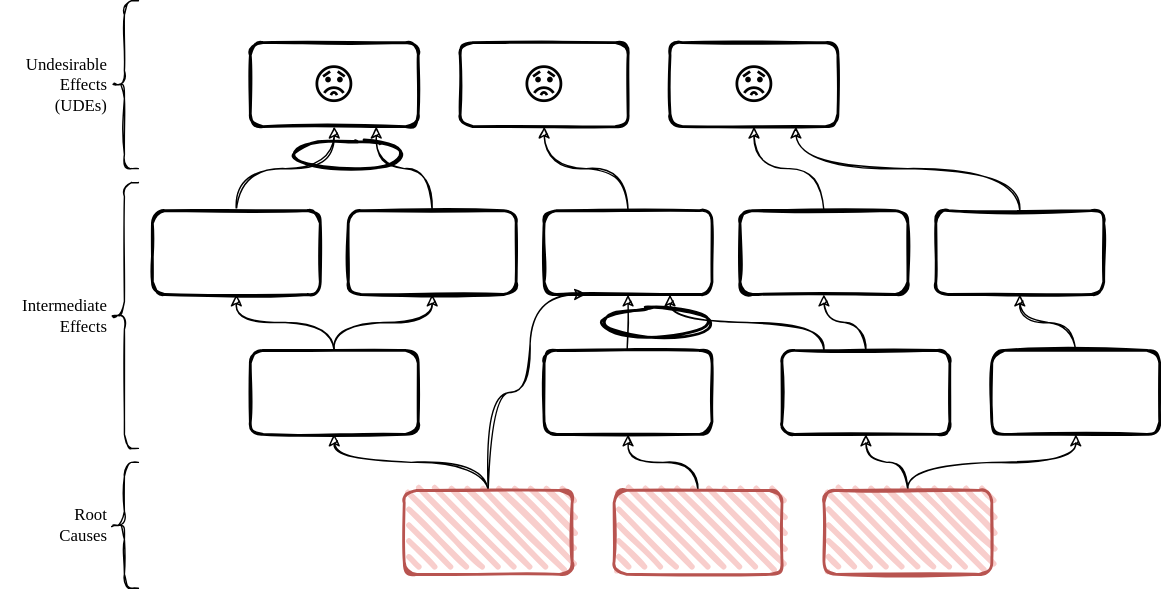
Before: src/slides/drawings/crt.structure.drawio.svg, a diagram exported from draw.io (thomykay/devspace-systemsthinking). Source tidied: cells renumbered, new cells last; positions are measured from the earlier drawing's top-left corner, leaving out a move shared by most shapes. The source it was exported from:
```xml
<mxGraphModel>
  <root>
    <mxCell id="0" />
    <mxCell id="1" parent="0" />
    <mxCell id="2" value="&lt;font style=&quot;font-size: 30px&quot;&gt;😟&lt;/font&gt;" style="rounded=1;whiteSpace=wrap;html=1;strokeWidth=2;fillWeight=4;hachureGap=8;hachureAngle=45;sketch=1;" parent="1" vertex="1">
      <mxGeometry x="100" y="30" width="120" height="60" as="geometry" />
    </mxCell>
    <mxCell id="3" value="&lt;font style=&quot;font-size: 30px&quot;&gt;😟&lt;/font&gt;" style="rounded=1;whiteSpace=wrap;html=1;strokeWidth=2;fillWeight=4;hachureGap=8;hachureAngle=45;sketch=1;" parent="1" vertex="1">
      <mxGeometry x="250" y="30" width="120" height="60" as="geometry" />
    </mxCell>
    <mxCell id="4" value="&lt;font style=&quot;font-size: 30px&quot;&gt;😟&lt;/font&gt;" style="rounded=1;whiteSpace=wrap;html=1;strokeWidth=2;fillWeight=4;hachureGap=8;hachureAngle=45;sketch=1;" parent="1" vertex="1">
      <mxGeometry x="400" y="30" width="120" height="60" as="geometry" />
    </mxCell>
    <mxCell id="5" style="edgeStyle=orthogonalEdgeStyle;rounded=0;jettySize=auto;html=1;entryX=0.5;entryY=1;entryDx=0;entryDy=0;sketch=1;curved=1;" parent="1" edge="1" source="6" target="2">
      <mxGeometry relative="1" as="geometry" />
    </mxCell>
    <mxCell id="6" style="rounded=1;whiteSpace=wrap;html=1;strokeWidth=2;fillWeight=4;hachureGap=8;hachureAngle=45;sketch=1;" parent="1" vertex="1">
      <mxGeometry x="30" y="150" width="120" height="60" as="geometry" />
    </mxCell>
    <mxCell id="7" style="edgeStyle=orthogonalEdgeStyle;curved=1;rounded=0;sketch=1;jettySize=auto;html=1;entryX=0.75;entryY=1;entryDx=0;entryDy=0;" parent="1" edge="1" source="8" target="2">
      <mxGeometry relative="1" as="geometry" />
    </mxCell>
    <mxCell id="8" style="rounded=1;whiteSpace=wrap;html=1;strokeWidth=2;fillWeight=4;hachureGap=8;hachureAngle=45;sketch=1;" parent="1" vertex="1">
      <mxGeometry x="170" y="150" width="120" height="60" as="geometry" />
    </mxCell>
    <mxCell id="9" style="edgeStyle=orthogonalEdgeStyle;curved=1;rounded=0;sketch=1;jettySize=auto;html=1;entryX=0.5;entryY=1;entryDx=0;entryDy=0;" parent="1" edge="1" source="10" target="3">
      <mxGeometry relative="1" as="geometry" />
    </mxCell>
    <mxCell id="10" style="rounded=1;whiteSpace=wrap;html=1;strokeWidth=2;fillWeight=4;hachureGap=8;hachureAngle=45;sketch=1;" parent="1" vertex="1">
      <mxGeometry x="310" y="150" width="120" height="60" as="geometry" />
    </mxCell>
    <mxCell id="11" style="edgeStyle=orthogonalEdgeStyle;curved=1;rounded=0;sketch=1;jettySize=auto;html=1;entryX=0.5;entryY=1;entryDx=0;entryDy=0;" parent="1" edge="1" source="12" target="4">
      <mxGeometry relative="1" as="geometry" />
    </mxCell>
    <mxCell id="12" style="rounded=1;whiteSpace=wrap;html=1;strokeWidth=2;fillWeight=4;hachureGap=8;hachureAngle=45;sketch=1;" parent="1" vertex="1">
      <mxGeometry x="450" y="150" width="120" height="60" as="geometry" />
    </mxCell>
    <mxCell id="13" style="edgeStyle=orthogonalEdgeStyle;curved=1;rounded=0;sketch=1;jettySize=auto;html=1;entryX=0.75;entryY=1;entryDx=0;entryDy=0;exitX=0.5;exitY=0;exitDx=0;exitDy=0;" parent="1" edge="1" source="14" target="4">
      <mxGeometry relative="1" as="geometry" />
    </mxCell>
    <mxCell id="14" style="rounded=1;whiteSpace=wrap;html=1;strokeWidth=2;fillWeight=4;hachureGap=8;hachureAngle=45;sketch=1;" parent="1" vertex="1">
      <mxGeometry x="590" y="150" width="120" height="60" as="geometry" />
    </mxCell>
    <mxCell id="15" style="edgeStyle=orthogonalEdgeStyle;curved=1;rounded=0;sketch=1;jettySize=auto;html=1;entryX=0.5;entryY=1;entryDx=0;entryDy=0;" parent="1" edge="1" source="17" target="6">
      <mxGeometry relative="1" as="geometry" />
    </mxCell>
    <mxCell id="16" style="edgeStyle=orthogonalEdgeStyle;curved=1;rounded=0;sketch=1;jettySize=auto;html=1;entryX=0.5;entryY=1;entryDx=0;entryDy=0;" parent="1" edge="1" source="17" target="8">
      <mxGeometry relative="1" as="geometry" />
    </mxCell>
    <mxCell id="17" style="rounded=1;whiteSpace=wrap;html=1;strokeWidth=2;fillWeight=4;hachureGap=8;hachureAngle=45;sketch=1;" parent="1" vertex="1">
      <mxGeometry x="100" y="250" width="120" height="60" as="geometry" />
    </mxCell>
    <mxCell id="18" style="edgeStyle=orthogonalEdgeStyle;curved=1;rounded=0;sketch=1;jettySize=auto;html=1;entryX=0.5;entryY=1;entryDx=0;entryDy=0;" parent="1" edge="1" source="19" target="10">
      <mxGeometry relative="1" as="geometry" />
    </mxCell>
    <mxCell id="19" style="rounded=1;whiteSpace=wrap;html=1;strokeWidth=2;fillWeight=4;hachureGap=8;hachureAngle=45;sketch=1;" parent="1" vertex="1">
      <mxGeometry x="310" y="250" width="120" height="60" as="geometry" />
    </mxCell>
    <mxCell id="20" style="edgeStyle=orthogonalEdgeStyle;curved=1;rounded=0;sketch=1;jettySize=auto;html=1;entryX=0.5;entryY=1;entryDx=0;entryDy=0;" parent="1" edge="1" source="22" target="12">
      <mxGeometry relative="1" as="geometry" />
    </mxCell>
    <mxCell id="21" style="edgeStyle=orthogonalEdgeStyle;curved=1;rounded=0;sketch=1;jettySize=auto;html=1;entryX=0.75;entryY=1;entryDx=0;entryDy=0;exitX=0.25;exitY=0;exitDx=0;exitDy=0;" parent="1" edge="1" source="22" target="10">
      <mxGeometry relative="1" as="geometry" />
    </mxCell>
    <mxCell id="22" style="rounded=1;whiteSpace=wrap;html=1;strokeWidth=2;fillWeight=4;hachureGap=8;hachureAngle=45;sketch=1;" parent="1" vertex="1">
      <mxGeometry x="480" y="250" width="120" height="60" as="geometry" />
    </mxCell>
    <mxCell id="23" style="edgeStyle=orthogonalEdgeStyle;curved=1;rounded=0;sketch=1;jettySize=auto;html=1;entryX=0.5;entryY=1;entryDx=0;entryDy=0;" parent="1" edge="1" source="24" target="14">
      <mxGeometry relative="1" as="geometry" />
    </mxCell>
    <mxCell id="24" style="rounded=1;whiteSpace=wrap;html=1;strokeWidth=2;fillWeight=4;hachureGap=8;hachureAngle=45;sketch=1;" parent="1" vertex="1">
      <mxGeometry x="630" y="250" width="120" height="60" as="geometry" />
    </mxCell>
    <mxCell id="25" style="edgeStyle=orthogonalEdgeStyle;curved=1;rounded=0;sketch=1;jettySize=auto;html=1;entryX=0.5;entryY=1;entryDx=0;entryDy=0;" parent="1" edge="1" source="27" target="17">
      <mxGeometry relative="1" as="geometry" />
    </mxCell>
    <mxCell id="26" style="edgeStyle=orthogonalEdgeStyle;curved=1;rounded=0;sketch=1;jettySize=auto;html=1;entryX=0.25;entryY=1;entryDx=0;entryDy=0;" parent="1" edge="1" source="27" target="10">
      <mxGeometry relative="1" as="geometry">
        <Array as="points">
          <mxPoint x="270" y="280" />
          <mxPoint x="300" y="280" />
          <mxPoint x="300" y="210" />
        </Array>
      </mxGeometry>
    </mxCell>
    <mxCell id="27" style="rounded=1;whiteSpace=wrap;html=1;strokeWidth=2;fillWeight=4;hachureGap=8;hachureAngle=45;sketch=1;fillColor=#f8cecc;strokeColor=#b85450;" parent="1" vertex="1">
      <mxGeometry x="210" y="350" width="120" height="60" as="geometry" />
    </mxCell>
    <mxCell id="28" style="edgeStyle=orthogonalEdgeStyle;curved=1;rounded=0;sketch=1;jettySize=auto;html=1;" parent="1" edge="1" source="29" target="19">
      <mxGeometry relative="1" as="geometry" />
    </mxCell>
    <mxCell id="29" style="rounded=1;whiteSpace=wrap;html=1;strokeWidth=2;fillWeight=4;hachureGap=8;hachureAngle=45;sketch=1;fillColor=#f8cecc;strokeColor=#b85450;" parent="1" vertex="1">
      <mxGeometry x="360" y="350" width="120" height="60" as="geometry" />
    </mxCell>
    <mxCell id="30" style="edgeStyle=orthogonalEdgeStyle;curved=1;rounded=0;sketch=1;jettySize=auto;html=1;" parent="1" edge="1" source="32" target="22">
      <mxGeometry relative="1" as="geometry" />
    </mxCell>
    <mxCell id="31" style="edgeStyle=orthogonalEdgeStyle;curved=1;rounded=0;sketch=1;jettySize=auto;html=1;" parent="1" edge="1" source="32" target="24">
      <mxGeometry relative="1" as="geometry" />
    </mxCell>
    <mxCell id="32" style="rounded=1;whiteSpace=wrap;html=1;strokeWidth=2;fillWeight=4;hachureGap=8;hachureAngle=45;sketch=1;fillColor=#f8cecc;strokeColor=#b85450;" parent="1" vertex="1">
      <mxGeometry x="510" y="350" width="120" height="60" as="geometry" />
    </mxCell>
    <mxCell id="33" style="ellipse;whiteSpace=wrap;html=1;strokeWidth=2;fillWeight=2;hachureGap=8;fillStyle=dots;sketch=1;fillColor=none;" parent="1" vertex="1">
      <mxGeometry x="130" y="100" width="80" height="20" as="geometry" />
    </mxCell>
    <mxCell id="34" style="ellipse;whiteSpace=wrap;html=1;strokeWidth=2;fillWeight=2;hachureGap=8;fillStyle=dots;sketch=1;fillColor=none;" parent="1" vertex="1">
      <mxGeometry x="350" y="220" width="80" height="20" as="geometry" />
    </mxCell>
    <mxCell id="35" value="Undesirable Effects (UDEs)" style="shape=curlyBracket;whiteSpace=wrap;html=1;rounded=1;fillColor=none;sketch=1;labelPosition=left;verticalLabelPosition=middle;align=right;verticalAlign=middle;fontFamily=Comic Sans MS;" parent="1" vertex="1">
      <mxGeometry width="20" height="120" as="geometry" />
    </mxCell>
    <mxCell id="36" value="Intermediate Effects" style="shape=curlyBracket;whiteSpace=wrap;html=1;rounded=1;fillColor=none;sketch=1;labelPosition=left;verticalLabelPosition=middle;align=right;verticalAlign=middle;fontFamily=Comic Sans MS;" parent="1" vertex="1">
      <mxGeometry y="130" width="20" height="190" as="geometry" />
    </mxCell>
    <mxCell id="37" value="Root Causes" style="shape=curlyBracket;whiteSpace=wrap;html=1;rounded=1;fillColor=none;sketch=1;labelPosition=left;verticalLabelPosition=middle;align=right;verticalAlign=middle;fontFamily=Comic Sans MS;" parent="1" vertex="1">
      <mxGeometry y="330" width="20" height="90" as="geometry" />
    </mxCell>
  </root>
</mxGraphModel>
```
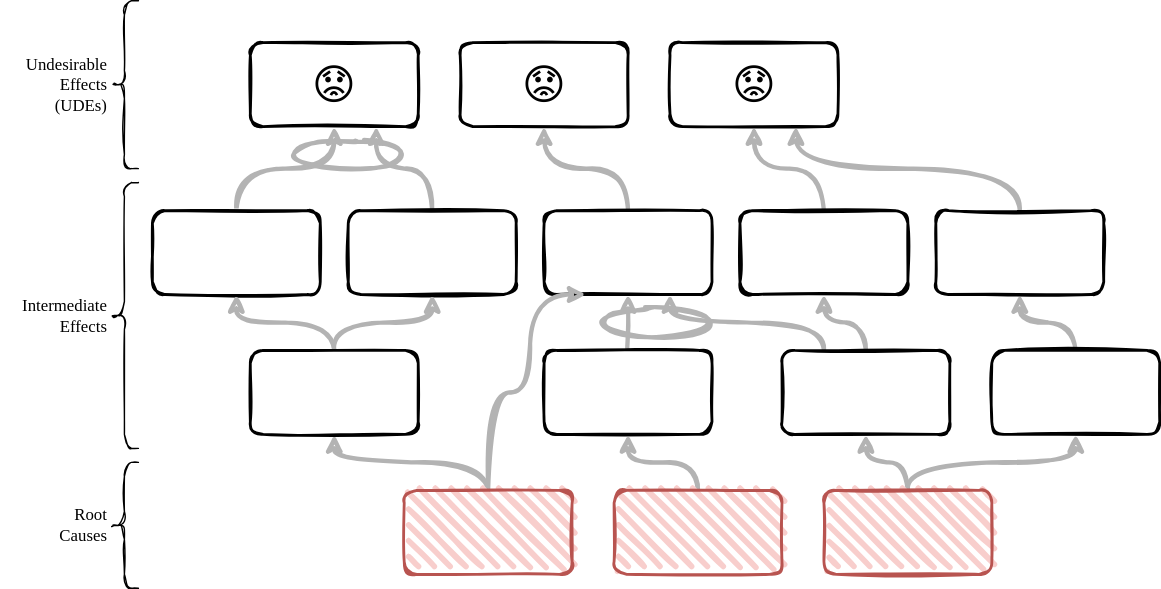
Above is the later version.

The edit, as a diff of the source:
```diff
@@ -11,70 +11,70 @@
     <mxCell id="4" value="&lt;font style=&quot;font-size: 30px&quot;&gt;😟&lt;/font&gt;" style="rounded=1;whiteSpace=wrap;html=1;strokeWidth=2;fillWeight=4;hachureGap=8;hachureAngle=45;sketch=1;" parent="1" vertex="1">
       <mxGeometry x="400" y="30" width="120" height="60" as="geometry" />
     </mxCell>
-    <mxCell id="5" style="edgeStyle=orthogonalEdgeStyle;rounded=0;jettySize=auto;html=1;entryX=0.5;entryY=1;entryDx=0;entryDy=0;sketch=1;curved=1;" parent="1" edge="1" source="6" target="2">
+    <mxCell id="5" style="edgeStyle=orthogonalEdgeStyle;rounded=0;jettySize=auto;html=1;entryX=0.5;entryY=1;entryDx=0;entryDy=0;sketch=1;curved=1;strokeColor=#B3B3B3;strokeWidth=3;" parent="1" edge="1" source="6" target="2">
       <mxGeometry relative="1" as="geometry" />
     </mxCell>
     <mxCell id="6" style="rounded=1;whiteSpace=wrap;html=1;strokeWidth=2;fillWeight=4;hachureGap=8;hachureAngle=45;sketch=1;" parent="1" vertex="1">
       <mxGeometry x="30" y="150" width="120" height="60" as="geometry" />
     </mxCell>
-    <mxCell id="7" style="edgeStyle=orthogonalEdgeStyle;curved=1;rounded=0;sketch=1;jettySize=auto;html=1;entryX=0.75;entryY=1;entryDx=0;entryDy=0;" parent="1" edge="1" source="8" target="2">
+    <mxCell id="7" style="edgeStyle=orthogonalEdgeStyle;curved=1;rounded=0;sketch=1;jettySize=auto;html=1;entryX=0.75;entryY=1;entryDx=0;entryDy=0;strokeColor=#B3B3B3;strokeWidth=3;" parent="1" edge="1" source="8" target="2">
       <mxGeometry relative="1" as="geometry" />
     </mxCell>
     <mxCell id="8" style="rounded=1;whiteSpace=wrap;html=1;strokeWidth=2;fillWeight=4;hachureGap=8;hachureAngle=45;sketch=1;" parent="1" vertex="1">
       <mxGeometry x="170" y="150" width="120" height="60" as="geometry" />
     </mxCell>
-    <mxCell id="9" style="edgeStyle=orthogonalEdgeStyle;curved=1;rounded=0;sketch=1;jettySize=auto;html=1;entryX=0.5;entryY=1;entryDx=0;entryDy=0;" parent="1" edge="1" source="10" target="3">
+    <mxCell id="9" style="edgeStyle=orthogonalEdgeStyle;curved=1;rounded=0;sketch=1;jettySize=auto;html=1;entryX=0.5;entryY=1;entryDx=0;entryDy=0;strokeColor=#B3B3B3;strokeWidth=3;" parent="1" edge="1" source="10" target="3">
       <mxGeometry relative="1" as="geometry" />
     </mxCell>
     <mxCell id="10" style="rounded=1;whiteSpace=wrap;html=1;strokeWidth=2;fillWeight=4;hachureGap=8;hachureAngle=45;sketch=1;" parent="1" vertex="1">
       <mxGeometry x="310" y="150" width="120" height="60" as="geometry" />
     </mxCell>
-    <mxCell id="11" style="edgeStyle=orthogonalEdgeStyle;curved=1;rounded=0;sketch=1;jettySize=auto;html=1;entryX=0.5;entryY=1;entryDx=0;entryDy=0;" parent="1" edge="1" source="12" target="4">
+    <mxCell id="11" style="edgeStyle=orthogonalEdgeStyle;curved=1;rounded=0;sketch=1;jettySize=auto;html=1;entryX=0.5;entryY=1;entryDx=0;entryDy=0;strokeColor=#B3B3B3;strokeWidth=3;" parent="1" edge="1" source="12" target="4">
       <mxGeometry relative="1" as="geometry" />
     </mxCell>
     <mxCell id="12" style="rounded=1;whiteSpace=wrap;html=1;strokeWidth=2;fillWeight=4;hachureGap=8;hachureAngle=45;sketch=1;" parent="1" vertex="1">
       <mxGeometry x="450" y="150" width="120" height="60" as="geometry" />
     </mxCell>
-    <mxCell id="13" style="edgeStyle=orthogonalEdgeStyle;curved=1;rounded=0;sketch=1;jettySize=auto;html=1;entryX=0.75;entryY=1;entryDx=0;entryDy=0;exitX=0.5;exitY=0;exitDx=0;exitDy=0;" parent="1" edge="1" source="14" target="4">
+    <mxCell id="13" style="edgeStyle=orthogonalEdgeStyle;curved=1;rounded=0;sketch=1;jettySize=auto;html=1;entryX=0.75;entryY=1;entryDx=0;entryDy=0;exitX=0.5;exitY=0;exitDx=0;exitDy=0;strokeColor=#B3B3B3;strokeWidth=3;" parent="1" edge="1" source="14" target="4">
       <mxGeometry relative="1" as="geometry" />
     </mxCell>
     <mxCell id="14" style="rounded=1;whiteSpace=wrap;html=1;strokeWidth=2;fillWeight=4;hachureGap=8;hachureAngle=45;sketch=1;" parent="1" vertex="1">
       <mxGeometry x="590" y="150" width="120" height="60" as="geometry" />
     </mxCell>
-    <mxCell id="15" style="edgeStyle=orthogonalEdgeStyle;curved=1;rounded=0;sketch=1;jettySize=auto;html=1;entryX=0.5;entryY=1;entryDx=0;entryDy=0;" parent="1" edge="1" source="17" target="6">
+    <mxCell id="15" style="edgeStyle=orthogonalEdgeStyle;curved=1;rounded=0;sketch=1;jettySize=auto;html=1;entryX=0.5;entryY=1;entryDx=0;entryDy=0;strokeColor=#B3B3B3;strokeWidth=3;" parent="1" edge="1" source="17" target="6">
       <mxGeometry relative="1" as="geometry" />
     </mxCell>
-    <mxCell id="16" style="edgeStyle=orthogonalEdgeStyle;curved=1;rounded=0;sketch=1;jettySize=auto;html=1;entryX=0.5;entryY=1;entryDx=0;entryDy=0;" parent="1" edge="1" source="17" target="8">
+    <mxCell id="16" style="edgeStyle=orthogonalEdgeStyle;curved=1;rounded=0;sketch=1;jettySize=auto;html=1;entryX=0.5;entryY=1;entryDx=0;entryDy=0;strokeColor=#B3B3B3;strokeWidth=3;" parent="1" edge="1" source="17" target="8">
       <mxGeometry relative="1" as="geometry" />
     </mxCell>
     <mxCell id="17" style="rounded=1;whiteSpace=wrap;html=1;strokeWidth=2;fillWeight=4;hachureGap=8;hachureAngle=45;sketch=1;" parent="1" vertex="1">
       <mxGeometry x="100" y="250" width="120" height="60" as="geometry" />
     </mxCell>
-    <mxCell id="18" style="edgeStyle=orthogonalEdgeStyle;curved=1;rounded=0;sketch=1;jettySize=auto;html=1;entryX=0.5;entryY=1;entryDx=0;entryDy=0;" parent="1" edge="1" source="19" target="10">
+    <mxCell id="18" style="edgeStyle=orthogonalEdgeStyle;curved=1;rounded=0;sketch=1;jettySize=auto;html=1;entryX=0.5;entryY=1;entryDx=0;entryDy=0;strokeWidth=3;strokeColor=#B3B3B3;" parent="1" edge="1" source="19" target="10">
       <mxGeometry relative="1" as="geometry" />
     </mxCell>
     <mxCell id="19" style="rounded=1;whiteSpace=wrap;html=1;strokeWidth=2;fillWeight=4;hachureGap=8;hachureAngle=45;sketch=1;" parent="1" vertex="1">
       <mxGeometry x="310" y="250" width="120" height="60" as="geometry" />
     </mxCell>
-    <mxCell id="20" style="edgeStyle=orthogonalEdgeStyle;curved=1;rounded=0;sketch=1;jettySize=auto;html=1;entryX=0.5;entryY=1;entryDx=0;entryDy=0;" parent="1" edge="1" source="22" target="12">
+    <mxCell id="20" style="edgeStyle=orthogonalEdgeStyle;curved=1;rounded=0;sketch=1;jettySize=auto;html=1;entryX=0.5;entryY=1;entryDx=0;entryDy=0;strokeColor=#B3B3B3;strokeWidth=3;" parent="1" edge="1" source="22" target="12">
       <mxGeometry relative="1" as="geometry" />
     </mxCell>
-    <mxCell id="21" style="edgeStyle=orthogonalEdgeStyle;curved=1;rounded=0;sketch=1;jettySize=auto;html=1;entryX=0.75;entryY=1;entryDx=0;entryDy=0;exitX=0.25;exitY=0;exitDx=0;exitDy=0;" parent="1" edge="1" source="22" target="10">
+    <mxCell id="21" style="edgeStyle=orthogonalEdgeStyle;curved=1;rounded=0;sketch=1;jettySize=auto;html=1;entryX=0.75;entryY=1;entryDx=0;entryDy=0;exitX=0.25;exitY=0;exitDx=0;exitDy=0;strokeColor=#B3B3B3;strokeWidth=3;" parent="1" edge="1" source="22" target="10">
       <mxGeometry relative="1" as="geometry" />
     </mxCell>
     <mxCell id="22" style="rounded=1;whiteSpace=wrap;html=1;strokeWidth=2;fillWeight=4;hachureGap=8;hachureAngle=45;sketch=1;" parent="1" vertex="1">
       <mxGeometry x="480" y="250" width="120" height="60" as="geometry" />
     </mxCell>
-    <mxCell id="23" style="edgeStyle=orthogonalEdgeStyle;curved=1;rounded=0;sketch=1;jettySize=auto;html=1;entryX=0.5;entryY=1;entryDx=0;entryDy=0;" parent="1" edge="1" source="24" target="14">
+    <mxCell id="23" style="edgeStyle=orthogonalEdgeStyle;curved=1;rounded=0;sketch=1;jettySize=auto;html=1;entryX=0.5;entryY=1;entryDx=0;entryDy=0;strokeColor=#B3B3B3;strokeWidth=3;" parent="1" edge="1" source="24" target="14">
       <mxGeometry relative="1" as="geometry" />
     </mxCell>
     <mxCell id="24" style="rounded=1;whiteSpace=wrap;html=1;strokeWidth=2;fillWeight=4;hachureGap=8;hachureAngle=45;sketch=1;" parent="1" vertex="1">
       <mxGeometry x="630" y="250" width="120" height="60" as="geometry" />
     </mxCell>
-    <mxCell id="25" style="edgeStyle=orthogonalEdgeStyle;curved=1;rounded=0;sketch=1;jettySize=auto;html=1;entryX=0.5;entryY=1;entryDx=0;entryDy=0;" parent="1" edge="1" source="27" target="17">
+    <mxCell id="25" style="edgeStyle=orthogonalEdgeStyle;curved=1;rounded=0;sketch=1;jettySize=auto;html=1;entryX=0.5;entryY=1;entryDx=0;entryDy=0;strokeColor=#B3B3B3;strokeWidth=3;" parent="1" edge="1" source="27" target="17">
       <mxGeometry relative="1" as="geometry" />
     </mxCell>
-    <mxCell id="26" style="edgeStyle=orthogonalEdgeStyle;curved=1;rounded=0;sketch=1;jettySize=auto;html=1;entryX=0.25;entryY=1;entryDx=0;entryDy=0;" parent="1" edge="1" source="27" target="10">
+    <mxCell id="26" style="edgeStyle=orthogonalEdgeStyle;curved=1;rounded=0;sketch=1;jettySize=auto;html=1;entryX=0.25;entryY=1;entryDx=0;entryDy=0;strokeColor=#B3B3B3;strokeWidth=3;" parent="1" edge="1" source="27" target="10">
       <mxGeometry relative="1" as="geometry">
         <Array as="points">
           <mxPoint x="270" y="280" />
@@ -86,25 +86,25 @@
     <mxCell id="27" style="rounded=1;whiteSpace=wrap;html=1;strokeWidth=2;fillWeight=4;hachureGap=8;hachureAngle=45;sketch=1;fillColor=#f8cecc;strokeColor=#b85450;" parent="1" vertex="1">
       <mxGeometry x="210" y="350" width="120" height="60" as="geometry" />
     </mxCell>
-    <mxCell id="28" style="edgeStyle=orthogonalEdgeStyle;curved=1;rounded=0;sketch=1;jettySize=auto;html=1;" parent="1" edge="1" source="29" target="19">
+    <mxCell id="28" style="edgeStyle=orthogonalEdgeStyle;curved=1;rounded=0;sketch=1;jettySize=auto;html=1;strokeColor=#B3B3B3;strokeWidth=3;" parent="1" edge="1" source="29" target="19">
       <mxGeometry relative="1" as="geometry" />
     </mxCell>
     <mxCell id="29" style="rounded=1;whiteSpace=wrap;html=1;strokeWidth=2;fillWeight=4;hachureGap=8;hachureAngle=45;sketch=1;fillColor=#f8cecc;strokeColor=#b85450;" parent="1" vertex="1">
       <mxGeometry x="360" y="350" width="120" height="60" as="geometry" />
     </mxCell>
-    <mxCell id="30" style="edgeStyle=orthogonalEdgeStyle;curved=1;rounded=0;sketch=1;jettySize=auto;html=1;" parent="1" edge="1" source="32" target="22">
+    <mxCell id="30" style="edgeStyle=orthogonalEdgeStyle;curved=1;rounded=0;sketch=1;jettySize=auto;html=1;strokeColor=#B3B3B3;strokeWidth=3;" parent="1" edge="1" source="32" target="22">
       <mxGeometry relative="1" as="geometry" />
     </mxCell>
-    <mxCell id="31" style="edgeStyle=orthogonalEdgeStyle;curved=1;rounded=0;sketch=1;jettySize=auto;html=1;" parent="1" edge="1" source="32" target="24">
+    <mxCell id="31" style="edgeStyle=orthogonalEdgeStyle;curved=1;rounded=0;sketch=1;jettySize=auto;html=1;strokeColor=#B3B3B3;strokeWidth=3;" parent="1" edge="1" source="32" target="24">
       <mxGeometry relative="1" as="geometry" />
     </mxCell>
     <mxCell id="32" style="rounded=1;whiteSpace=wrap;html=1;strokeWidth=2;fillWeight=4;hachureGap=8;hachureAngle=45;sketch=1;fillColor=#f8cecc;strokeColor=#b85450;" parent="1" vertex="1">
       <mxGeometry x="510" y="350" width="120" height="60" as="geometry" />
     </mxCell>
-    <mxCell id="33" style="ellipse;whiteSpace=wrap;html=1;strokeWidth=2;fillWeight=2;hachureGap=8;fillStyle=dots;sketch=1;fillColor=none;" parent="1" vertex="1">
+    <mxCell id="33" style="ellipse;whiteSpace=wrap;html=1;strokeWidth=3;fillWeight=2;hachureGap=8;fillStyle=dots;sketch=1;fillColor=none;strokeColor=#B3B3B3;" parent="1" vertex="1">
       <mxGeometry x="130" y="100" width="80" height="20" as="geometry" />
     </mxCell>
-    <mxCell id="34" style="ellipse;whiteSpace=wrap;html=1;strokeWidth=2;fillWeight=2;hachureGap=8;fillStyle=dots;sketch=1;fillColor=none;" parent="1" vertex="1">
+    <mxCell id="34" style="ellipse;whiteSpace=wrap;html=1;strokeWidth=3;fillWeight=2;hachureGap=8;fillStyle=dots;sketch=1;fillColor=none;strokeColor=#B3B3B3;" parent="1" vertex="1">
       <mxGeometry x="350" y="220" width="80" height="20" as="geometry" />
     </mxCell>
     <mxCell id="35" value="Undesirable Effects (UDEs)" style="shape=curlyBracket;whiteSpace=wrap;html=1;rounded=1;fillColor=none;sketch=1;labelPosition=left;verticalLabelPosition=middle;align=right;verticalAlign=middle;fontFamily=Comic Sans MS;" parent="1" vertex="1">
```
